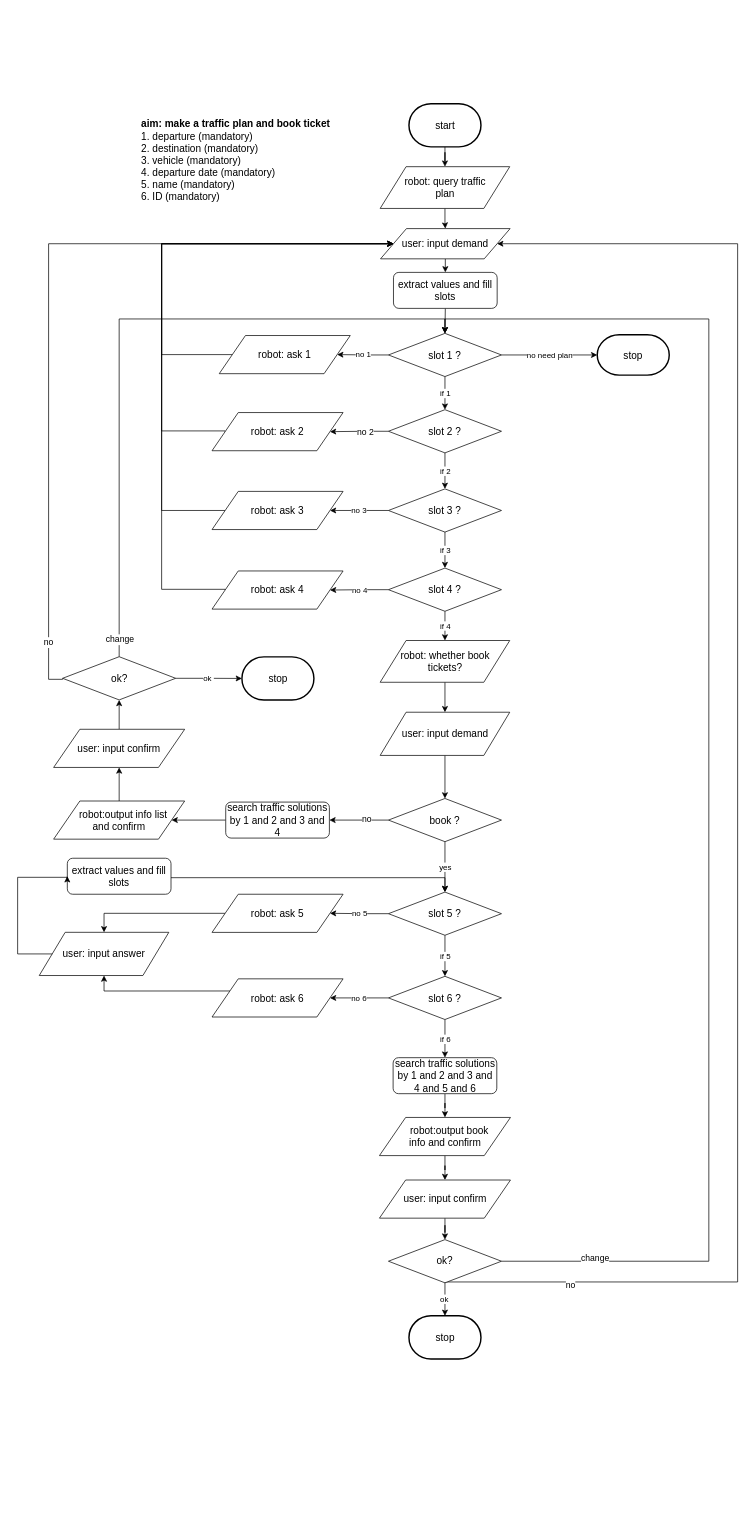
Above: flow_diagram/book_plan.drawio in ricosr/travel_consult_chatbot (draw.io), before the change. Source tidied: cells renumbered, new cells numbered last; positions are measured from the earlier drawing's top-left corner, leaving out a move shared by most shapes. Both pictures are drawn from the tidied source at 72%, with x=0, y=0 at pixel (17, 104).
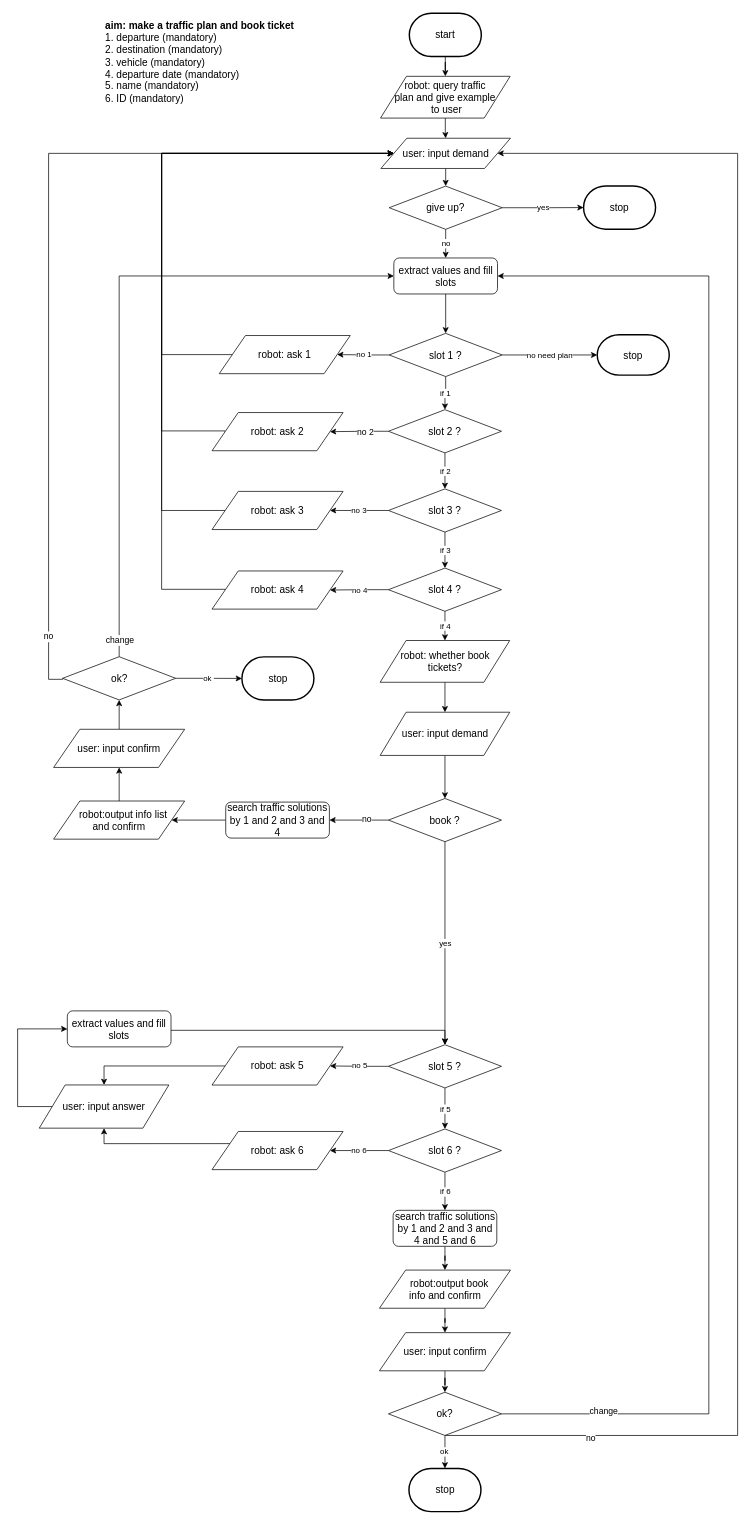
The same diagram, later.

The change refers to these unchanged cells:
```xml
<mxCell id="14" value="&lt;font style=&quot;font-size: 14px&quot;&gt;robot: ask 1&lt;/font&gt;" style="shape=parallelogram;perimeter=parallelogramPerimeter;whiteSpace=wrap;html=1;" parent="1" vertex="1">
  <mxGeometry x="280" y="321.5" width="182" height="53" as="geometry" />
</mxCell>
<mxCell id="26" value="&lt;font style=&quot;font-size: 14px&quot;&gt;robot: ask 2&lt;/font&gt;" style="shape=parallelogram;perimeter=parallelogramPerimeter;whiteSpace=wrap;html=1;" parent="1" vertex="1">
  <mxGeometry x="270" y="428.5" width="182" height="53" as="geometry" />
</mxCell>
<mxCell id="28" value="&lt;font style=&quot;font-size: 14px&quot;&gt;robot: ask 3&lt;/font&gt;" style="shape=parallelogram;perimeter=parallelogramPerimeter;whiteSpace=wrap;html=1;" parent="1" vertex="1">
  <mxGeometry x="270" y="538" width="182" height="53" as="geometry" />
</mxCell>
<mxCell id="30" value="&lt;font style=&quot;font-size: 14px&quot;&gt;robot: ask 4&lt;/font&gt;" style="shape=parallelogram;perimeter=parallelogramPerimeter;whiteSpace=wrap;html=1;" parent="1" vertex="1">
  <mxGeometry x="270" y="648.5" width="182" height="53" as="geometry" />
</mxCell>
<mxCell id="73" value="&lt;font style=&quot;font-size: 14px&quot;&gt;ok?&lt;br&gt;&lt;/font&gt;" style="rhombus;whiteSpace=wrap;html=1;" parent="1" vertex="1">
  <mxGeometry x="62.5" y="767.6" width="157" height="60" as="geometry" />
</mxCell>
```

What changed in the source:
```diff
@@
     <mxCell id="3" value="&lt;span style=&quot;font-size: 14px&quot;&gt;start&lt;/span&gt;" style="strokeWidth=2;html=1;shape=mxgraph.flowchart.terminator;whiteSpace=wrap;" parent="1" vertex="1">
-      <mxGeometry x="543.5" y="-0.5" width="100" height="60" as="geometry" />
+      <mxGeometry x="544" y="-126" width="100" height="60" as="geometry" />
     </mxCell>
     <mxCell id="4" value="&lt;font style=&quot;font-size: 14px&quot;&gt;&lt;b&gt;aim: make a traffic plan and book ticket&lt;/b&gt;&lt;br&gt;1. departure (mandatory)&lt;br&gt;2. destination (mandatory)&lt;br&gt;3. vehicle (mandatory)&lt;br&gt;4. departure date (mandatory)&lt;br&gt;5. name (mandatory)&lt;br&gt;6. ID (mandatory)&lt;br&gt;&lt;br&gt;&lt;/font&gt;" style="text;html=1;strokeColor=none;fillColor=none;align=left;verticalAlign=middle;whiteSpace=wrap;rounded=0;" parent="1" vertex="1">
-      <mxGeometry x="170" y="41.5" width="270" height="91" as="geometry" />
+      <mxGeometry x="120" y="-96" width="270" height="91" as="geometry" />
     </mxCell>
@@
-    <mxCell id="6" value="&lt;span style=&quot;font-size: 14px ; white-space: normal&quot;&gt;robot: query traffic &lt;br&gt;plan&lt;br&gt;&lt;/span&gt;" style="shape=parallelogram;perimeter=parallelogramPerimeter;whiteSpace=wrap;html=1;" parent="1" vertex="1">
-      <mxGeometry x="503.5" y="87" width="180" height="58" as="geometry" />
+    <mxCell id="6" value="&lt;span style=&quot;font-size: 14px ; white-space: normal&quot;&gt;robot: query traffic &lt;br&gt;plan and give example&lt;br&gt;&amp;nbsp;to user&lt;br&gt;&lt;/span&gt;" style="shape=parallelogram;perimeter=parallelogramPerimeter;whiteSpace=wrap;html=1;" parent="1" vertex="1">
+      <mxGeometry x="504" y="-38.5" width="180" height="58" as="geometry" />
     </mxCell>
-    <mxCell id="7" style="edgeStyle=orthogonalEdgeStyle;rounded=0;jettySize=auto;html=1;exitX=0.5;exitY=1;exitDx=0;exitDy=0;entryX=0.5;entryY=0;entryDx=0;entryDy=0;" parent="1" edge="1" source="8" target="81">
-      <mxGeometry relative="1" as="geometry" />
-    </mxCell>
+    <mxCell id="82" style="edgeStyle=orthogonalEdgeStyle;rounded=0;jettySize=auto;html=1;exitX=0.5;exitY=1;exitDx=0;exitDy=0;entryX=0.5;entryY=0;entryDx=0;entryDy=0;" parent="1" edge="1" source="8" target="85">
+      <mxGeometry relative="1" as="geometry" />
+    </mxCell>
     <mxCell id="8" value="&lt;span style=&quot;font-size: 14px ; white-space: normal&quot;&gt;user: input demand&lt;/span&gt;" style="shape=parallelogram;perimeter=parallelogramPerimeter;whiteSpace=wrap;html=1;" parent="1" vertex="1">
-      <mxGeometry x="504" y="173" width="180" height="42" as="geometry" />
+      <mxGeometry x="504.5" y="47.5" width="180" height="42" as="geometry" />
     </mxCell>
@@
     <mxCell id="12" value="&lt;font style=&quot;font-size: 14px&quot;&gt;slot 1 ?&lt;br&gt;&lt;/font&gt;" style="rhombus;whiteSpace=wrap;html=1;" parent="1" vertex="1">
-      <mxGeometry x="515" y="318.5" width="157" height="60" as="geometry" />
+      <mxGeometry x="516" y="318.5" width="157" height="60" as="geometry" />
     </mxCell>
     <mxCell id="13" style="edgeStyle=orthogonalEdgeStyle;rounded=0;jettySize=auto;html=1;exitX=0;exitY=0.5;exitDx=0;exitDy=0;entryX=0;entryY=0.5;entryDx=0;entryDy=0;" parent="1" edge="1" source="14" target="8">
       <mxGeometry relative="1" as="geometry">
         <Array as="points">
           <mxPoint x="200" y="348" />
-          <mxPoint x="200" y="194" />
+          <mxPoint x="200" y="68" />
         </Array>
       </mxGeometry>
     </mxCell>
@@
     <mxCell id="25" style="edgeStyle=orthogonalEdgeStyle;rounded=0;jettySize=auto;html=1;exitX=0;exitY=0.5;exitDx=0;exitDy=0;entryX=0;entryY=0.5;entryDx=0;entryDy=0;" parent="1" edge="1" source="26" target="8">
       <mxGeometry relative="1" as="geometry">
         <Array as="points">
           <mxPoint x="288" y="454" />
           <mxPoint x="200" y="454" />
-          <mxPoint x="200" y="194" />
+          <mxPoint x="200" y="68" />
         </Array>
       </mxGeometry>
     </mxCell>
@@
     <mxCell id="27" style="edgeStyle=orthogonalEdgeStyle;rounded=0;jettySize=auto;html=1;exitX=0;exitY=0.5;exitDx=0;exitDy=0;entryX=0;entryY=0.5;entryDx=0;entryDy=0;" parent="1" edge="1" source="28" target="8">
       <mxGeometry relative="1" as="geometry">
         <Array as="points">
-          <mxPoint x="200" y="565" />
-          <mxPoint x="200" y="194" />
+          <mxPoint x="200" y="564" />
+          <mxPoint x="200" y="68" />
         </Array>
       </mxGeometry>
     </mxCell>
@@
     <mxCell id="29" style="edgeStyle=orthogonalEdgeStyle;rounded=0;jettySize=auto;html=1;exitX=0;exitY=0.5;exitDx=0;exitDy=0;entryX=0;entryY=0.5;entryDx=0;entryDy=0;" parent="1" edge="1" source="30" target="8">
       <mxGeometry relative="1" as="geometry">
         <Array as="points">
           <mxPoint x="288" y="674" />
           <mxPoint x="200" y="674" />
-          <mxPoint x="200" y="194" />
+          <mxPoint x="200" y="68" />
         </Array>
       </mxGeometry>
     </mxCell>
@@
     <mxCell id="41" value="&lt;font style=&quot;font-size: 14px&quot;&gt;robot: ask 5&lt;/font&gt;" style="shape=parallelogram;perimeter=parallelogramPerimeter;whiteSpace=wrap;html=1;" parent="1" vertex="1">
-      <mxGeometry x="270" y="1097.5" width="182" height="53" as="geometry" />
+      <mxGeometry x="270" y="1309.5" width="182" height="53" as="geometry" />
     </mxCell>
@@
     <mxCell id="44" value="&lt;font style=&quot;font-size: 14px&quot;&gt;slot 5 ?&lt;br&gt;&lt;/font&gt;" style="rhombus;whiteSpace=wrap;html=1;" parent="1" vertex="1">
-      <mxGeometry x="515" y="1094.5" width="157" height="60" as="geometry" />
+      <mxGeometry x="515" y="1306.5" width="157" height="60" as="geometry" />
     </mxCell>
@@
     <mxCell id="47" value="&lt;font style=&quot;font-size: 14px&quot;&gt;slot 6 ?&lt;br&gt;&lt;/font&gt;" style="rhombus;whiteSpace=wrap;html=1;" parent="1" vertex="1">
-      <mxGeometry x="515" y="1211.5" width="157" height="60" as="geometry" />
+      <mxGeometry x="515" y="1423.5" width="157" height="60" as="geometry" />
     </mxCell>
@@
     <mxCell id="49" value="&lt;font style=&quot;font-size: 14px&quot;&gt;robot: ask 6&lt;/font&gt;" style="shape=parallelogram;perimeter=parallelogramPerimeter;whiteSpace=wrap;html=1;" parent="1" vertex="1">
-      <mxGeometry x="270" y="1215" width="182" height="53" as="geometry" />
+      <mxGeometry x="270" y="1427" width="182" height="53" as="geometry" />
     </mxCell>
     <mxCell id="50" style="edgeStyle=orthogonalEdgeStyle;rounded=0;jettySize=auto;html=1;exitX=0;exitY=0.5;exitDx=0;exitDy=0;entryX=0.5;entryY=0;entryDx=0;entryDy=0;" parent="1" edge="1" source="78" target="44">
       <mxGeometry relative="1" as="geometry">
         <Array as="points">
-          <mxPoint x="593" y="1074.5" />
+          <mxPoint x="593" y="1286.5" />
         </Array>
       </mxGeometry>
     </mxCell>
     <mxCell id="51" value="&lt;span style=&quot;font-size: 14px ; white-space: normal&quot;&gt;user: input answer&lt;/span&gt;" style="shape=parallelogram;perimeter=parallelogramPerimeter;whiteSpace=wrap;html=1;" parent="1" vertex="1">
-      <mxGeometry x="30" y="1150.4" width="180" height="60" as="geometry" />
+      <mxGeometry x="30" y="1362.4" width="180" height="60" as="geometry" />
     </mxCell>
@@
     <mxCell id="53" value="&lt;span style=&quot;font-size: 14px&quot;&gt;&amp;nbsp; &amp;nbsp;robot:output book&lt;br&gt;info and confirm&lt;/span&gt;" style="shape=parallelogram;perimeter=parallelogramPerimeter;whiteSpace=wrap;html=1;" parent="1" vertex="1">
-      <mxGeometry x="502.5" y="1407.5" width="182" height="53" as="geometry" />
+      <mxGeometry x="502.5" y="1619.5" width="182" height="53" as="geometry" />
     </mxCell>
@@
     <mxCell id="55" value="&lt;span style=&quot;font-size: 14px&quot;&gt;user: input confirm&lt;/span&gt;" style="shape=parallelogram;perimeter=parallelogramPerimeter;whiteSpace=wrap;html=1;" parent="1" vertex="1">
-      <mxGeometry x="502.5" y="1494.4" width="182" height="53" as="geometry" />
+      <mxGeometry x="502.5" y="1706.4" width="182" height="53" as="geometry" />
     </mxCell>
@@
     <mxCell id="57" style="edgeStyle=orthogonalEdgeStyle;rounded=0;jettySize=auto;html=1;exitX=0.5;exitY=1;exitDx=0;exitDy=0;entryX=1;entryY=0.5;entryDx=0;entryDy=0;" parent="1" edge="1" source="61" target="8">
       <mxGeometry relative="1" as="geometry">
         <Array as="points">
-          <mxPoint x="594" y="1636" />
-          <mxPoint x="1000" y="1636" />
-          <mxPoint x="1000" y="194" />
+          <mxPoint x="1000" y="1850" />
+          <mxPoint x="1000" y="69" />
         </Array>
       </mxGeometry>
     </mxCell>
@@
-    <mxCell id="59" style="edgeStyle=orthogonalEdgeStyle;rounded=0;jettySize=auto;html=1;exitX=1;exitY=0.5;exitDx=0;exitDy=0;entryX=0.5;entryY=0;entryDx=0;entryDy=0;" parent="1" edge="1" source="61" target="12">
+    <mxCell id="59" style="edgeStyle=orthogonalEdgeStyle;rounded=0;jettySize=auto;html=1;exitX=1;exitY=0.5;exitDx=0;exitDy=0;entryX=1;entryY=0.5;entryDx=0;entryDy=0;" parent="1" edge="1" source="61" target="81">
       <mxGeometry relative="1" as="geometry">
         <Array as="points">
-          <mxPoint x="960" y="1607.5" />
-          <mxPoint x="960" y="298.5" />
-          <mxPoint x="593" y="298.5" />
+          <mxPoint x="960" y="1819" />
+          <mxPoint x="960" y="239" />
         </Array>
       </mxGeometry>
     </mxCell>
@@
     <mxCell id="61" value="&lt;font style=&quot;font-size: 14px&quot;&gt;ok?&lt;br&gt;&lt;/font&gt;" style="rhombus;whiteSpace=wrap;html=1;" parent="1" vertex="1">
-      <mxGeometry x="515" y="1577.2" width="157" height="60" as="geometry" />
+      <mxGeometry x="515" y="1789.2" width="157" height="60" as="geometry" />
     </mxCell>
     <mxCell id="62" value="&lt;font style=&quot;font-size: 14px&quot;&gt;stop&lt;/font&gt;" style="strokeWidth=2;html=1;shape=mxgraph.flowchart.terminator;whiteSpace=wrap;" parent="1" vertex="1">
-      <mxGeometry x="543.5" y="1683" width="100" height="60" as="geometry" />
+      <mxGeometry x="543.5" y="1895" width="100" height="60" as="geometry" />
     </mxCell>
@@
-    <mxCell id="69" style="edgeStyle=orthogonalEdgeStyle;rounded=0;jettySize=auto;html=1;exitX=0.5;exitY=0;exitDx=0;exitDy=0;entryX=0.5;entryY=0;entryDx=0;entryDy=0;" parent="1" edge="1" source="73" target="12">
+    <mxCell id="69" style="edgeStyle=orthogonalEdgeStyle;rounded=0;jettySize=auto;html=1;exitX=0.5;exitY=0;exitDx=0;exitDy=0;entryX=0;entryY=0.5;entryDx=0;entryDy=0;" parent="1" edge="1" source="73" target="81">
       <mxGeometry relative="1" as="geometry" />
     </mxCell>
@@
     <mxCell id="71" style="edgeStyle=orthogonalEdgeStyle;rounded=0;jettySize=auto;html=1;exitX=0;exitY=0.5;exitDx=0;exitDy=0;entryX=0;entryY=0.5;entryDx=0;entryDy=0;" parent="1" edge="1" source="73" target="8">
       <mxGeometry relative="1" as="geometry">
         <Array as="points">
-          <mxPoint x="62" y="799" />
+          <mxPoint x="63" y="799" />
           <mxPoint x="43" y="799" />
-          <mxPoint x="43" y="194" />
+          <mxPoint x="43" y="68" />
         </Array>
       </mxGeometry>
     </mxCell>
@@
     <mxCell id="77" value="&lt;font style=&quot;font-size: 14px&quot;&gt;search traffic solutions by 1 and 2 and 3 and 4 and 5 and 6&lt;/font&gt;" style="rounded=1;whiteSpace=wrap;html=1;" parent="1" vertex="1">
-      <mxGeometry x="521.5" y="1324.5" width="144" height="50" as="geometry" />
+      <mxGeometry x="521.5" y="1536.5" width="144" height="50" as="geometry" />
     </mxCell>
     <mxCell id="78" value="&lt;font style=&quot;font-size: 14px&quot;&gt;extract values and fill slots&lt;/font&gt;" style="rounded=1;whiteSpace=wrap;html=1;" parent="1" vertex="1">
-      <mxGeometry x="69" y="1047.5" width="144" height="50" as="geometry" />
+      <mxGeometry x="69" y="1259.5" width="144" height="50" as="geometry" />
     </mxCell>
     <mxCell id="79" style="edgeStyle=orthogonalEdgeStyle;rounded=0;jettySize=auto;html=1;exitX=0;exitY=0.5;exitDx=0;exitDy=0;entryX=0;entryY=0.5;entryDx=0;entryDy=0;" parent="1" edge="1" source="51" target="78">
       <mxGeometry relative="1" as="geometry">
         <Array as="points">
-          <mxPoint x="48" y="1181" />
-          <mxPoint y="1181" />
-          <mxPoint y="1074" />
+          <mxPoint x="48" y="1393" />
+          <mxPoint y="1393" />
+          <mxPoint y="1284" />
         </Array>
       </mxGeometry>
     </mxCell>
@@
     <mxCell id="81" value="&lt;font style=&quot;font-size: 14px&quot;&gt;extract values and fill slots&lt;/font&gt;" style="rounded=1;whiteSpace=wrap;html=1;" parent="1" vertex="1">
-      <mxGeometry x="522" y="233.8" width="144" height="50" as="geometry" />
+      <mxGeometry x="522.5" y="213.8" width="144" height="50" as="geometry" />
     </mxCell>
+    <mxCell id="83" value="no" style="edgeStyle=orthogonalEdgeStyle;rounded=0;jettySize=auto;html=1;exitX=0.5;exitY=1;exitDx=0;exitDy=0;" parent="1" edge="1" source="85" target="81">
+      <mxGeometry relative="1" as="geometry" />
+    </mxCell>
+    <mxCell id="84" value="yes" style="edgeStyle=orthogonalEdgeStyle;rounded=0;jettySize=auto;html=1;exitX=1;exitY=0.5;exitDx=0;exitDy=0;" parent="1" edge="1" source="85" target="86">
+      <mxGeometry relative="1" as="geometry" />
+    </mxCell>
+    <mxCell id="85" value="&lt;font style=&quot;font-size: 14px&quot;&gt;give up?&lt;br&gt;&lt;/font&gt;" style="rhombus;whiteSpace=wrap;html=1;" parent="1" vertex="1">
+      <mxGeometry x="516" y="114" width="157" height="60" as="geometry" />
+    </mxCell>
+    <mxCell id="86" value="&lt;font style=&quot;font-size: 14px&quot;&gt;stop&lt;/font&gt;" style="strokeWidth=2;html=1;shape=mxgraph.flowchart.terminator;whiteSpace=wrap;" parent="1" vertex="1">
+      <mxGeometry x="786" y="113.8" width="100" height="60" as="geometry" />
+    </mxCell>
```
